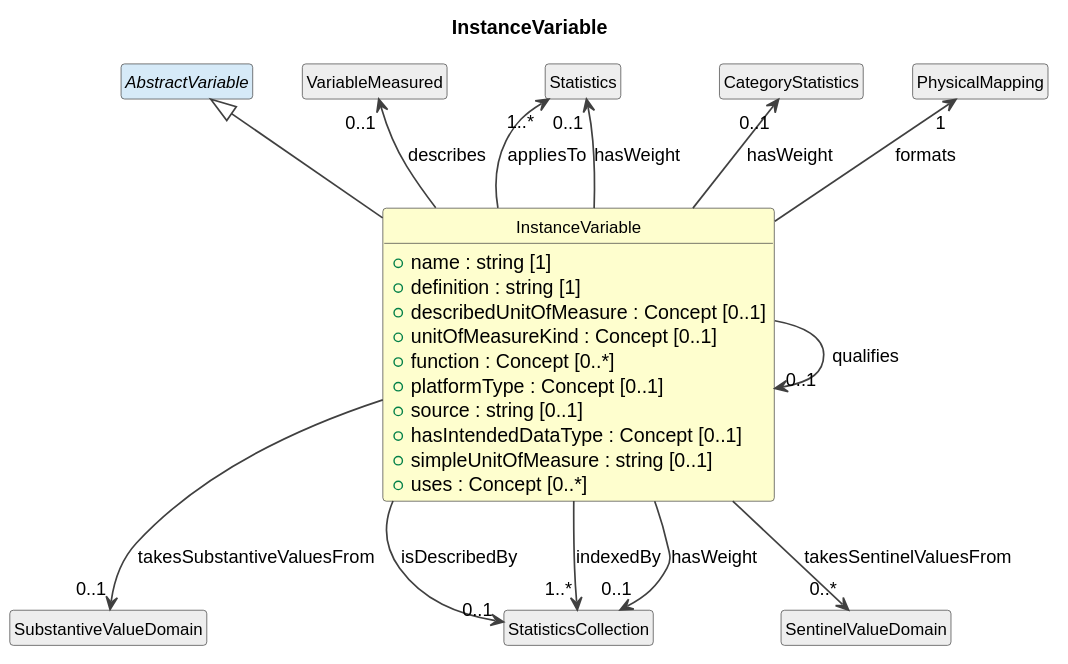
Above: cdif-uml-model/_plantuml/cdifDataDescription/Classes/InstanceVariable.svg in Cross-Domain-Interoperability-Framework/metadataBuildingBlocks (PlantUML), before the change. Source of this version:
```plantuml
@startuml
title InstanceVariable
hide circle
hide empty members
skinparam shadowing false
skinparam ArrowThickness 1.2
skinparam class {
  ArrowColor #404040
  BorderColor #404040
  FontSize 12
}

class "InstanceVariable" as InstanceVariable #FEFECE {
  +name : string [1]
  +definition : string [1]
  +describedUnitOfMeasure : Concept [0..1]
  +unitOfMeasureKind : Concept [0..1]
  +function : Concept [0..*]
  +platformType : Concept [0..1]
  +source : string [0..1]
  +hasIntendedDataType : Concept [0..1]
  +simpleUnitOfMeasure : string [0..1]
  +uses : Concept [0..*]
}
abstract class "AbstractVariable" as AbstractVariable #D6EAF8
AbstractVariable <|-- InstanceVariable
class "StatisticsCollection" as StatisticsCollection #EEEEEE
InstanceVariable --> "0..1" StatisticsCollection : isDescribedBy
InstanceVariable --> "0..1" InstanceVariable : qualifies
class "SubstantiveValueDomain" as SubstantiveValueDomain #EEEEEE
InstanceVariable --> "0..1" SubstantiveValueDomain : takesSubstantiveValuesFrom
class "SentinelValueDomain" as SentinelValueDomain #EEEEEE
InstanceVariable --> "0..*" SentinelValueDomain : takesSentinelValuesFrom
class "VariableMeasured" as VariableMeasured #EEEEEE
VariableMeasured "0..1" <-- InstanceVariable : describes
class "Statistics" as Statistics #EEEEEE
Statistics "1..*" <-- InstanceVariable : appliesTo
Statistics "0..1" <-- InstanceVariable : hasWeight
class "CategoryStatistics" as CategoryStatistics #EEEEEE
CategoryStatistics "0..1" <-- InstanceVariable : hasWeight
StatisticsCollection "1..*" <-- InstanceVariable : indexedBy
StatisticsCollection "0..1" <-- InstanceVariable : hasWeight
class "PhysicalMapping" as PhysicalMapping #EEEEEE
PhysicalMapping "1" <-- InstanceVariable : formats
@enduml
```
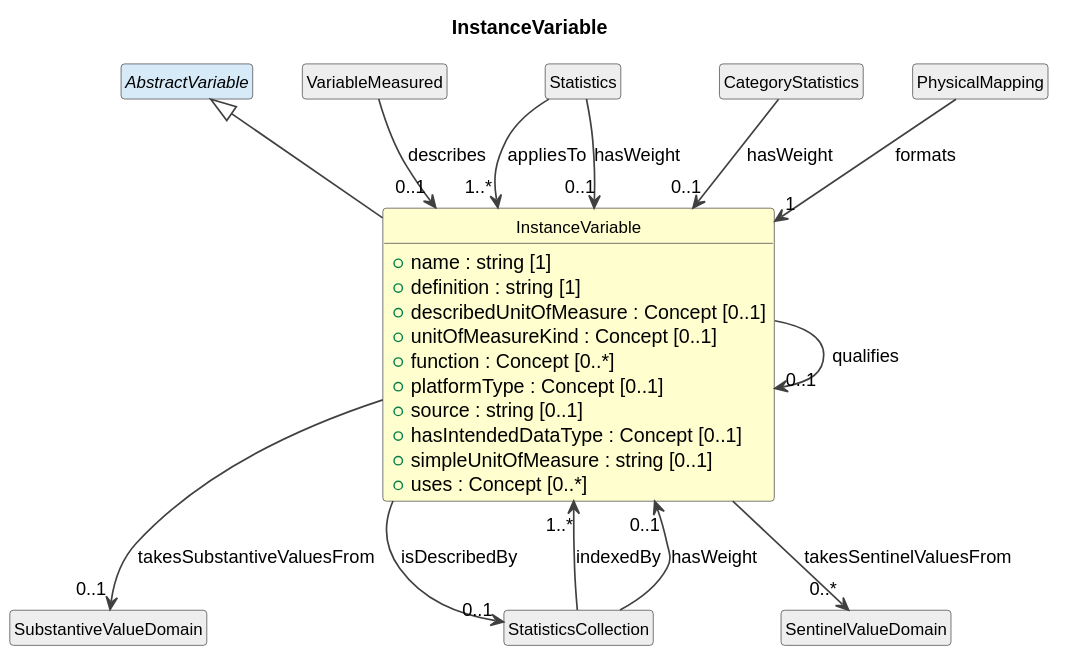
Above is the later version.

Change to the diagram source:
```diff
@@ -32,14 +32,14 @@
 class "SentinelValueDomain" as SentinelValueDomain #EEEEEE
 InstanceVariable --> "0..*" SentinelValueDomain : takesSentinelValuesFrom
 class "VariableMeasured" as VariableMeasured #EEEEEE
-VariableMeasured "0..1" <-- InstanceVariable : describes
+VariableMeasured --> "0..1" InstanceVariable : describes
 class "Statistics" as Statistics #EEEEEE
-Statistics "1..*" <-- InstanceVariable : appliesTo
-Statistics "0..1" <-- InstanceVariable : hasWeight
+Statistics --> "1..*" InstanceVariable : appliesTo
+Statistics --> "0..1" InstanceVariable : hasWeight
 class "CategoryStatistics" as CategoryStatistics #EEEEEE
-CategoryStatistics "0..1" <-- InstanceVariable : hasWeight
-StatisticsCollection "1..*" <-- InstanceVariable : indexedBy
-StatisticsCollection "0..1" <-- InstanceVariable : hasWeight
+CategoryStatistics --> "0..1" InstanceVariable : hasWeight
+StatisticsCollection --> "1..*" InstanceVariable : indexedBy
+StatisticsCollection --> "0..1" InstanceVariable : hasWeight
 class "PhysicalMapping" as PhysicalMapping #EEEEEE
-PhysicalMapping "1" <-- InstanceVariable : formats
+PhysicalMapping --> "1" InstanceVariable : formats
 @enduml
```
